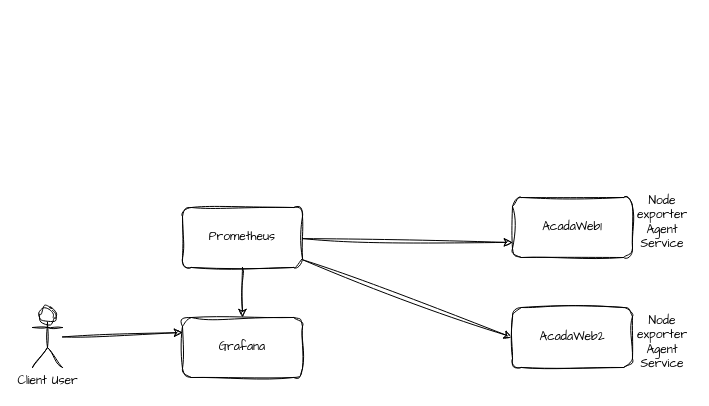
udodi05/2026-C2 keeps this draw.io diagram as Prom_graf.drawio. Above is the earlier version. Source tidied: cells renumbered, new cells numbered last; positions are measured from the earlier drawing's top-left corner, leaving out a move shared by most shapes. Both pictures are drawn from the tidied source at 100%, with x=0, y=0 at pixel (32, 197).
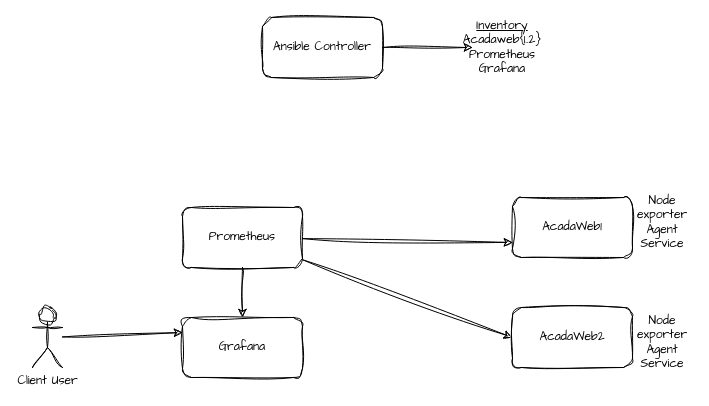
The same page after the edit.

What changed in the source:
```diff
@@
 <mxGraphModel>
   <root>
     <mxCell id="0" />
     <mxCell id="1" parent="0" />
     <mxCell id="2" style="edgeStyle=orthogonalEdgeStyle;rounded=0;sketch=1;hachureGap=4;jiggle=2;curveFitting=1;jettySize=auto;html=1;fontFamily=Architects Daughter;" parent="1" edge="1" source="5" target="6">
       <mxGeometry relative="1" as="geometry" />
     </mxCell>
     <mxCell id="3" style="edgeStyle=none;rounded=0;sketch=1;hachureGap=4;jiggle=2;curveFitting=1;jettySize=auto;html=1;entryX=0;entryY=0.75;entryDx=0;entryDy=0;fontFamily=Architects Daughter;" parent="1" edge="1" source="5" target="8">
       <mxGeometry relative="1" as="geometry" />
     </mxCell>
     <mxCell id="4" style="edgeStyle=none;rounded=0;sketch=1;hachureGap=4;jiggle=2;curveFitting=1;jettySize=auto;html=1;entryX=0;entryY=0.5;entryDx=0;entryDy=0;fontFamily=Architects Daughter;" parent="1" edge="1" source="5" target="7">
       <mxGeometry relative="1" as="geometry" />
     </mxCell>
     <mxCell id="5" value="Prometheus" style="rounded=1;whiteSpace=wrap;html=1;sketch=1;hachureGap=4;jiggle=2;curveFitting=1;fontFamily=Architects Daughter;" parent="1" vertex="1">
       <mxGeometry x="150" y="10" width="120" height="60" as="geometry" />
     </mxCell>
     <mxCell id="6" value="Grafana" style="rounded=1;whiteSpace=wrap;html=1;sketch=1;hachureGap=4;jiggle=2;curveFitting=1;fontFamily=Architects Daughter;" parent="1" vertex="1">
       <mxGeometry x="150" y="120" width="120" height="60" as="geometry" />
     </mxCell>
     <mxCell id="7" value="AcadaWeb2" style="rounded=1;whiteSpace=wrap;html=1;sketch=1;hachureGap=4;jiggle=2;curveFitting=1;fontFamily=Architects Daughter;" parent="1" vertex="1">
       <mxGeometry x="480" y="110" width="120" height="60" as="geometry" />
     </mxCell>
     <mxCell id="8" value="AcadaWeb1" style="rounded=1;whiteSpace=wrap;html=1;sketch=1;hachureGap=4;jiggle=2;curveFitting=1;fontFamily=Architects Daughter;" parent="1" vertex="1">
       <mxGeometry x="480" width="120" height="60" as="geometry" />
     </mxCell>
     <mxCell id="9" value="Node exporter Agent Service" style="text;html=1;whiteSpace=wrap;strokeColor=none;fillColor=none;align=center;verticalAlign=middle;rounded=0;fontFamily=Architects Daughter;" parent="1" vertex="1">
       <mxGeometry x="600" y="10" width="60" height="30" as="geometry" />
     </mxCell>
     <mxCell id="10" style="edgeStyle=none;rounded=0;sketch=1;hachureGap=4;jiggle=2;curveFitting=1;jettySize=auto;html=1;entryX=0;entryY=0.25;entryDx=0;entryDy=0;fontFamily=Architects Daughter;" parent="1" edge="1" source="11" target="6">
       <mxGeometry relative="1" as="geometry" />
     </mxCell>
     <mxCell id="11" value="Client User" style="shape=umlActor;verticalLabelPosition=bottom;verticalAlign=top;html=1;outlineConnect=0;sketch=1;hachureGap=4;jiggle=2;curveFitting=1;fontFamily=Architects Daughter;" parent="1" vertex="1">
       <mxGeometry y="110" width="30" height="60" as="geometry" />
     </mxCell>
     <mxCell id="12" value="Node exporter Agent Service" style="text;html=1;whiteSpace=wrap;strokeColor=none;fillColor=none;align=center;verticalAlign=middle;rounded=0;fontFamily=Architects Daughter;" parent="1" vertex="1">
       <mxGeometry x="600" y="130" width="60" height="30" as="geometry" />
     </mxCell>
+    <mxCell id="13" style="edgeStyle=none;rounded=0;sketch=1;hachureGap=4;jiggle=2;curveFitting=1;jettySize=auto;html=1;fontFamily=Architects Daughter;" parent="1" edge="1" source="14" target="15">
+      <mxGeometry relative="1" as="geometry" />
+    </mxCell>
+    <mxCell id="14" value="Ansible Controller" style="rounded=1;whiteSpace=wrap;html=1;sketch=1;hachureGap=4;jiggle=2;curveFitting=1;fontFamily=Architects Daughter;" parent="1" vertex="1">
+      <mxGeometry x="230" y="-180" width="120" height="60" as="geometry" />
+    </mxCell>
+    <mxCell id="15" value="&lt;u&gt;Inventory&lt;/u&gt;&lt;div&gt;Acadaweb{1..2}&lt;/div&gt;&lt;div&gt;Prometheus&lt;/div&gt;&lt;div&gt;Grafana&lt;/div&gt;" style="text;html=1;whiteSpace=wrap;strokeColor=none;fillColor=none;align=center;verticalAlign=middle;rounded=0;fontFamily=Architects Daughter;" parent="1" vertex="1">
+      <mxGeometry x="440" y="-165" width="60" height="30" as="geometry" />
+    </mxCell>
   </root>
 </mxGraphModel>
```
